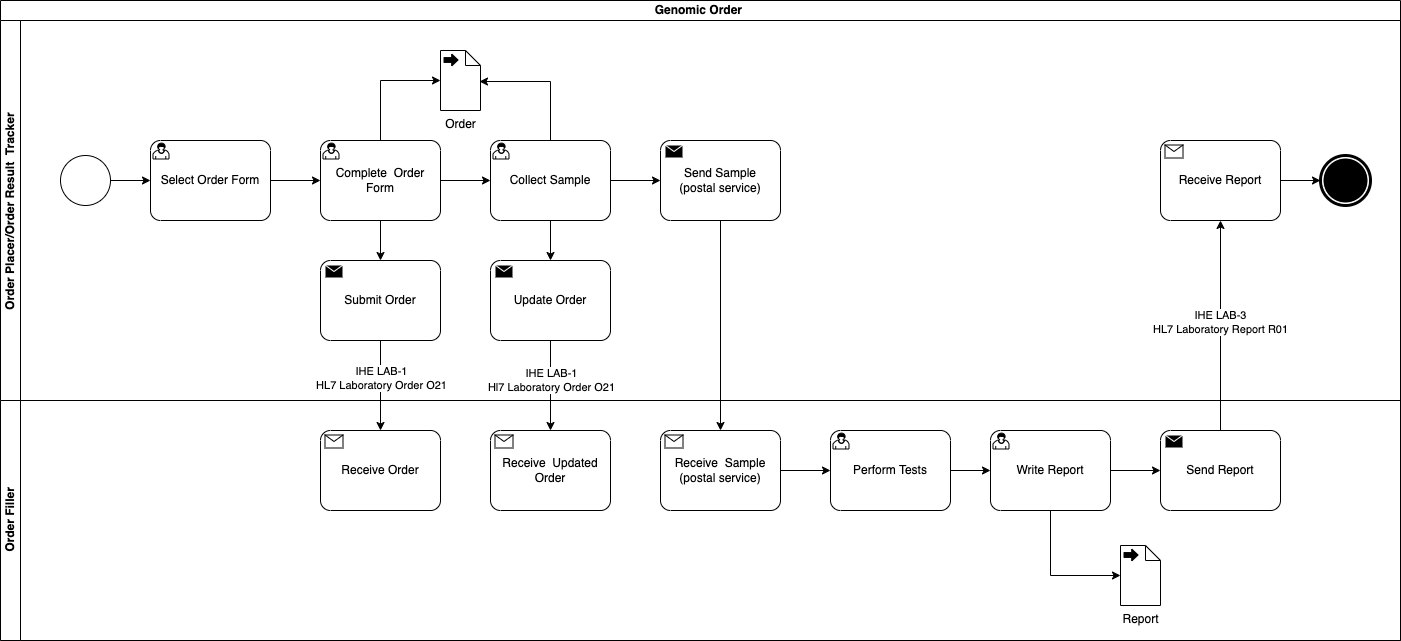
This is input/images/LTW Use Case 1 and 2.drawio.png from nw-gmsa/nw-gmsa.github.com, a draw.io export, as it was before one commit. Source tidied: cells renumbered, new cells last; positions are measured from the earlier drawing's top-left corner, leaving out a move shared by most shapes. Source of this version:
```xml
<mxGraphModel>
  <root>
    <mxCell id="0" />
    <mxCell id="1" parent="0" />
    <mxCell id="2" value="Genomic Order&amp;nbsp;" style="swimlane;html=1;horizontal=1;startSize=20;whiteSpace=wrap;" parent="1" vertex="1">
      <mxGeometry width="1400" height="640" as="geometry" />
    </mxCell>
    <mxCell id="3" value="Order Placer/Order Result&amp;nbsp; Tracker&amp;nbsp;" style="swimlane;html=1;startSize=20;horizontal=0;" parent="2" vertex="1">
      <mxGeometry y="20" width="1400" height="380" as="geometry" />
    </mxCell>
    <mxCell id="4" style="edgeStyle=orthogonalEdgeStyle;rounded=0;jettySize=auto;html=1;entryX=0;entryY=0.5;entryDx=0;entryDy=0;entryPerimeter=0;" parent="3" edge="1" source="5" target="7">
      <mxGeometry relative="1" as="geometry" />
    </mxCell>
    <mxCell id="5" style="points=[[0.145,0.145,0],[0.5,0,0],[0.855,0.145,0],[1,0.5,0],[0.855,0.855,0],[0.5,1,0],[0.145,0.855,0],[0,0.5,0]];shape=mxgraph.bpmn.event;html=1;verticalLabelPosition=bottom;labelBackgroundColor=#ffffff;verticalAlign=top;align=center;perimeter=ellipsePerimeter;outlineConnect=0;outline=standard;symbol=general;" parent="3" vertex="1">
      <mxGeometry x="60" y="135" width="50" height="50" as="geometry" />
    </mxCell>
    <mxCell id="6" style="edgeStyle=orthogonalEdgeStyle;rounded=0;jettySize=auto;html=1;" parent="3" edge="1" source="7" target="9">
      <mxGeometry relative="1" as="geometry" />
    </mxCell>
    <mxCell id="7" value="Select Order Form" style="points=[[0.25,0,0],[0.5,0,0],[0.75,0,0],[1,0.25,0],[1,0.5,0],[1,0.75,0],[0.75,1,0],[0.5,1,0],[0.25,1,0],[0,0.75,0],[0,0.5,0],[0,0.25,0]];shape=mxgraph.bpmn.task2;whiteSpace=wrap;rectStyle=rounded;size=10;html=1;taskMarker=user;" parent="3" vertex="1">
      <mxGeometry x="150" y="120" width="120" height="80" as="geometry" />
    </mxCell>
    <mxCell id="8" style="edgeStyle=orthogonalEdgeStyle;rounded=0;jettySize=auto;html=1;" parent="3" edge="1" source="9" target="14">
      <mxGeometry relative="1" as="geometry" />
    </mxCell>
    <mxCell id="9" value="Complete&amp;nbsp; Order Form" style="points=[[0.25,0,0],[0.5,0,0],[0.75,0,0],[1,0.25,0],[1,0.5,0],[1,0.75,0],[0.75,1,0],[0.5,1,0],[0.25,1,0],[0,0.75,0],[0,0.5,0],[0,0.25,0]];shape=mxgraph.bpmn.task2;whiteSpace=wrap;rectStyle=rounded;size=10;html=1;taskMarker=user;" parent="3" vertex="1">
      <mxGeometry x="320" y="120" width="120" height="80" as="geometry" />
    </mxCell>
    <mxCell id="10" value="Submit Order" style="points=[[0.25,0,0],[0.5,0,0],[0.75,0,0],[1,0.25,0],[1,0.5,0],[1,0.75,0],[0.75,1,0],[0.5,1,0],[0.25,1,0],[0,0.75,0],[0,0.5,0],[0,0.25,0]];shape=mxgraph.bpmn.task2;whiteSpace=wrap;rectStyle=rounded;size=10;html=1;taskMarker=send;" parent="3" vertex="1">
      <mxGeometry x="320" y="240" width="120" height="80" as="geometry" />
    </mxCell>
    <mxCell id="11" style="edgeStyle=orthogonalEdgeStyle;rounded=0;jettySize=auto;html=1;entryX=0.5;entryY=0;entryDx=0;entryDy=0;entryPerimeter=0;" parent="3" edge="1" source="9" target="10">
      <mxGeometry relative="1" as="geometry" />
    </mxCell>
    <mxCell id="12" value="Order" style="shape=mxgraph.bpmn.data2;labelPosition=center;verticalLabelPosition=bottom;align=center;verticalAlign=top;size=15;html=1;bpmnTransferType=output;" parent="3" vertex="1">
      <mxGeometry x="440" y="30" width="40" height="60" as="geometry" />
    </mxCell>
    <mxCell id="13" style="edgeStyle=orthogonalEdgeStyle;rounded=0;jettySize=auto;html=1;entryX=0;entryY=0.5;entryDx=0;entryDy=0;entryPerimeter=0;" parent="3" edge="1" source="9" target="12">
      <mxGeometry relative="1" as="geometry" />
    </mxCell>
    <mxCell id="14" value="Collect Sample" style="points=[[0.25,0,0],[0.5,0,0],[0.75,0,0],[1,0.25,0],[1,0.5,0],[1,0.75,0],[0.75,1,0],[0.5,1,0],[0.25,1,0],[0,0.75,0],[0,0.5,0],[0,0.25,0]];shape=mxgraph.bpmn.task2;whiteSpace=wrap;rectStyle=rounded;size=10;html=1;taskMarker=user;" parent="3" vertex="1">
      <mxGeometry x="490" y="120" width="120" height="80" as="geometry" />
    </mxCell>
    <mxCell id="15" style="edgeStyle=orthogonalEdgeStyle;rounded=0;jettySize=auto;html=1;entryX=0.975;entryY=0.517;entryDx=0;entryDy=0;entryPerimeter=0;" parent="3" edge="1" source="14" target="12">
      <mxGeometry relative="1" as="geometry">
        <Array as="points">
          <mxPoint x="550" y="61" />
        </Array>
      </mxGeometry>
    </mxCell>
    <mxCell id="16" value="Update Order" style="points=[[0.25,0,0],[0.5,0,0],[0.75,0,0],[1,0.25,0],[1,0.5,0],[1,0.75,0],[0.75,1,0],[0.5,1,0],[0.25,1,0],[0,0.75,0],[0,0.5,0],[0,0.25,0]];shape=mxgraph.bpmn.task2;whiteSpace=wrap;rectStyle=rounded;size=10;html=1;taskMarker=send;" parent="3" vertex="1">
      <mxGeometry x="490" y="240" width="120" height="80" as="geometry" />
    </mxCell>
    <mxCell id="17" style="edgeStyle=orthogonalEdgeStyle;rounded=0;jettySize=auto;html=1;entryX=0.5;entryY=0;entryDx=0;entryDy=0;entryPerimeter=0;" parent="3" edge="1" source="14" target="16">
      <mxGeometry relative="1" as="geometry" />
    </mxCell>
    <mxCell id="18" value="Send Sample&lt;br&gt;(postal service)" style="points=[[0.25,0,0],[0.5,0,0],[0.75,0,0],[1,0.25,0],[1,0.5,0],[1,0.75,0],[0.75,1,0],[0.5,1,0],[0.25,1,0],[0,0.75,0],[0,0.5,0],[0,0.25,0]];shape=mxgraph.bpmn.task2;whiteSpace=wrap;rectStyle=rounded;size=10;html=1;taskMarker=send;" parent="3" vertex="1">
      <mxGeometry x="660" y="120" width="120" height="80" as="geometry" />
    </mxCell>
    <mxCell id="19" style="edgeStyle=orthogonalEdgeStyle;rounded=0;jettySize=auto;html=1;entryX=0;entryY=0.5;entryDx=0;entryDy=0;entryPerimeter=0;" parent="3" edge="1" source="14" target="18">
      <mxGeometry relative="1" as="geometry" />
    </mxCell>
    <mxCell id="20" value="Receive Report" style="points=[[0.25,0,0],[0.5,0,0],[0.75,0,0],[1,0.25,0],[1,0.5,0],[1,0.75,0],[0.75,1,0],[0.5,1,0],[0.25,1,0],[0,0.75,0],[0,0.5,0],[0,0.25,0]];shape=mxgraph.bpmn.task2;whiteSpace=wrap;rectStyle=rounded;size=10;html=1;taskMarker=receive;" parent="3" vertex="1">
      <mxGeometry x="1160" y="120" width="120" height="80" as="geometry" />
    </mxCell>
    <mxCell id="21" style="points=[[0.145,0.145,0],[0.5,0,0],[0.855,0.145,0],[1,0.5,0],[0.855,0.855,0],[0.5,1,0],[0.145,0.855,0],[0,0.5,0]];shape=mxgraph.bpmn.event;html=1;verticalLabelPosition=bottom;labelBackgroundColor=#ffffff;verticalAlign=top;align=center;perimeter=ellipsePerimeter;outlineConnect=0;outline=end;symbol=terminate;" parent="3" vertex="1">
      <mxGeometry x="1320" y="135" width="50" height="50" as="geometry" />
    </mxCell>
    <mxCell id="22" style="edgeStyle=orthogonalEdgeStyle;rounded=0;jettySize=auto;html=1;" parent="3" edge="1" source="20" target="21">
      <mxGeometry relative="1" as="geometry" />
    </mxCell>
    <mxCell id="23" value="Order Filler" style="swimlane;html=1;startSize=20;horizontal=0;" parent="2" vertex="1">
      <mxGeometry y="400" width="1400" height="240" as="geometry" />
    </mxCell>
    <mxCell id="24" value="Receive Order" style="points=[[0.25,0,0],[0.5,0,0],[0.75,0,0],[1,0.25,0],[1,0.5,0],[1,0.75,0],[0.75,1,0],[0.5,1,0],[0.25,1,0],[0,0.75,0],[0,0.5,0],[0,0.25,0]];shape=mxgraph.bpmn.task2;whiteSpace=wrap;rectStyle=rounded;size=10;html=1;taskMarker=receive;" parent="23" vertex="1">
      <mxGeometry x="320" y="30" width="120" height="80" as="geometry" />
    </mxCell>
    <mxCell id="25" value="Receive&amp;nbsp; Updated Order" style="points=[[0.25,0,0],[0.5,0,0],[0.75,0,0],[1,0.25,0],[1,0.5,0],[1,0.75,0],[0.75,1,0],[0.5,1,0],[0.25,1,0],[0,0.75,0],[0,0.5,0],[0,0.25,0]];shape=mxgraph.bpmn.task2;whiteSpace=wrap;rectStyle=rounded;size=10;html=1;taskMarker=receive;" parent="23" vertex="1">
      <mxGeometry x="490" y="30" width="120" height="80" as="geometry" />
    </mxCell>
    <mxCell id="26" style="edgeStyle=orthogonalEdgeStyle;rounded=0;jettySize=auto;html=1;entryX=0;entryY=0.5;entryDx=0;entryDy=0;entryPerimeter=0;" parent="23" edge="1" source="34" target="27">
      <mxGeometry relative="1" as="geometry" />
    </mxCell>
    <mxCell id="27" value="Perform Tests" style="points=[[0.25,0,0],[0.5,0,0],[0.75,0,0],[1,0.25,0],[1,0.5,0],[1,0.75,0],[0.75,1,0],[0.5,1,0],[0.25,1,0],[0,0.75,0],[0,0.5,0],[0,0.25,0]];shape=mxgraph.bpmn.task2;whiteSpace=wrap;rectStyle=rounded;size=10;html=1;taskMarker=user;" parent="23" vertex="1">
      <mxGeometry x="830" y="30" width="120" height="80" as="geometry" />
    </mxCell>
    <mxCell id="28" value="Write Report" style="points=[[0.25,0,0],[0.5,0,0],[0.75,0,0],[1,0.25,0],[1,0.5,0],[1,0.75,0],[0.75,1,0],[0.5,1,0],[0.25,1,0],[0,0.75,0],[0,0.5,0],[0,0.25,0]];shape=mxgraph.bpmn.task2;whiteSpace=wrap;rectStyle=rounded;size=10;html=1;taskMarker=user;" parent="23" vertex="1">
      <mxGeometry x="990" y="30" width="120" height="80" as="geometry" />
    </mxCell>
    <mxCell id="29" style="edgeStyle=orthogonalEdgeStyle;rounded=0;jettySize=auto;html=1;entryX=0;entryY=0.5;entryDx=0;entryDy=0;entryPerimeter=0;" parent="23" edge="1" source="27" target="28">
      <mxGeometry relative="1" as="geometry" />
    </mxCell>
    <mxCell id="30" value="Send Report" style="points=[[0.25,0,0],[0.5,0,0],[0.75,0,0],[1,0.25,0],[1,0.5,0],[1,0.75,0],[0.75,1,0],[0.5,1,0],[0.25,1,0],[0,0.75,0],[0,0.5,0],[0,0.25,0]];shape=mxgraph.bpmn.task2;whiteSpace=wrap;rectStyle=rounded;size=10;html=1;taskMarker=send;" parent="23" vertex="1">
      <mxGeometry x="1160" y="30" width="120" height="80" as="geometry" />
    </mxCell>
    <mxCell id="31" style="edgeStyle=orthogonalEdgeStyle;rounded=0;jettySize=auto;html=1;entryX=0;entryY=0.5;entryDx=0;entryDy=0;entryPerimeter=0;" parent="23" edge="1" source="28" target="30">
      <mxGeometry relative="1" as="geometry" />
    </mxCell>
    <mxCell id="32" value="Report" style="shape=mxgraph.bpmn.data2;labelPosition=center;verticalLabelPosition=bottom;align=center;verticalAlign=top;size=15;html=1;bpmnTransferType=output;" parent="23" vertex="1">
      <mxGeometry x="1120" y="145" width="40" height="60" as="geometry" />
    </mxCell>
    <mxCell id="33" style="edgeStyle=orthogonalEdgeStyle;rounded=0;jettySize=auto;html=1;entryX=0;entryY=0.5;entryDx=0;entryDy=0;entryPerimeter=0;" parent="23" edge="1" source="28" target="32">
      <mxGeometry relative="1" as="geometry">
        <Array as="points">
          <mxPoint x="1050" y="175" />
        </Array>
      </mxGeometry>
    </mxCell>
    <mxCell id="34" value="Receive&amp;nbsp; Sample&lt;br&gt;(postal service)" style="points=[[0.25,0,0],[0.5,0,0],[0.75,0,0],[1,0.25,0],[1,0.5,0],[1,0.75,0],[0.75,1,0],[0.5,1,0],[0.25,1,0],[0,0.75,0],[0,0.5,0],[0,0.25,0]];shape=mxgraph.bpmn.task2;whiteSpace=wrap;rectStyle=rounded;size=10;html=1;taskMarker=receive;" parent="23" vertex="1">
      <mxGeometry x="660" y="30" width="120" height="80" as="geometry" />
    </mxCell>
    <mxCell id="35" style="edgeStyle=orthogonalEdgeStyle;rounded=0;jettySize=auto;html=1;" parent="2" edge="1" source="10" target="24">
      <mxGeometry relative="1" as="geometry" />
    </mxCell>
    <mxCell id="36" value="IHE LAB-1&lt;br&gt;HL7 Laboratory Order O21" style="edgeLabel;html=1;align=center;verticalAlign=middle;" parent="35" vertex="1">
      <mxGeometry x="-0.18" relative="1" as="geometry" />
    </mxCell>
    <mxCell id="37" style="edgeStyle=orthogonalEdgeStyle;rounded=0;jettySize=auto;html=1;entryX=0.5;entryY=0;entryDx=0;entryDy=0;entryPerimeter=0;" parent="2" edge="1" source="16" target="25">
      <mxGeometry relative="1" as="geometry" />
    </mxCell>
    <mxCell id="38" value="IHE LAB-1&lt;br&gt;Hl7 Laboratory Order O21" style="edgeLabel;html=1;align=center;verticalAlign=middle;" parent="37" vertex="1">
      <mxGeometry x="-0.13" relative="1" as="geometry" />
    </mxCell>
    <mxCell id="39" style="edgeStyle=orthogonalEdgeStyle;rounded=0;jettySize=auto;html=1;" parent="2" edge="1" source="30" target="20">
      <mxGeometry relative="1" as="geometry" />
    </mxCell>
    <mxCell id="40" value="IHE LAB-3&lt;br&gt;HL7 Laboratory Report R01" style="edgeLabel;html=1;align=center;verticalAlign=middle;" parent="39" vertex="1">
      <mxGeometry x="0.04" y="1" relative="1" as="geometry" />
    </mxCell>
    <mxCell id="41" style="edgeStyle=orthogonalEdgeStyle;rounded=0;jettySize=auto;html=1;" parent="2" edge="1" source="18" target="34">
      <mxGeometry relative="1" as="geometry" />
    </mxCell>
  </root>
</mxGraphModel>
```
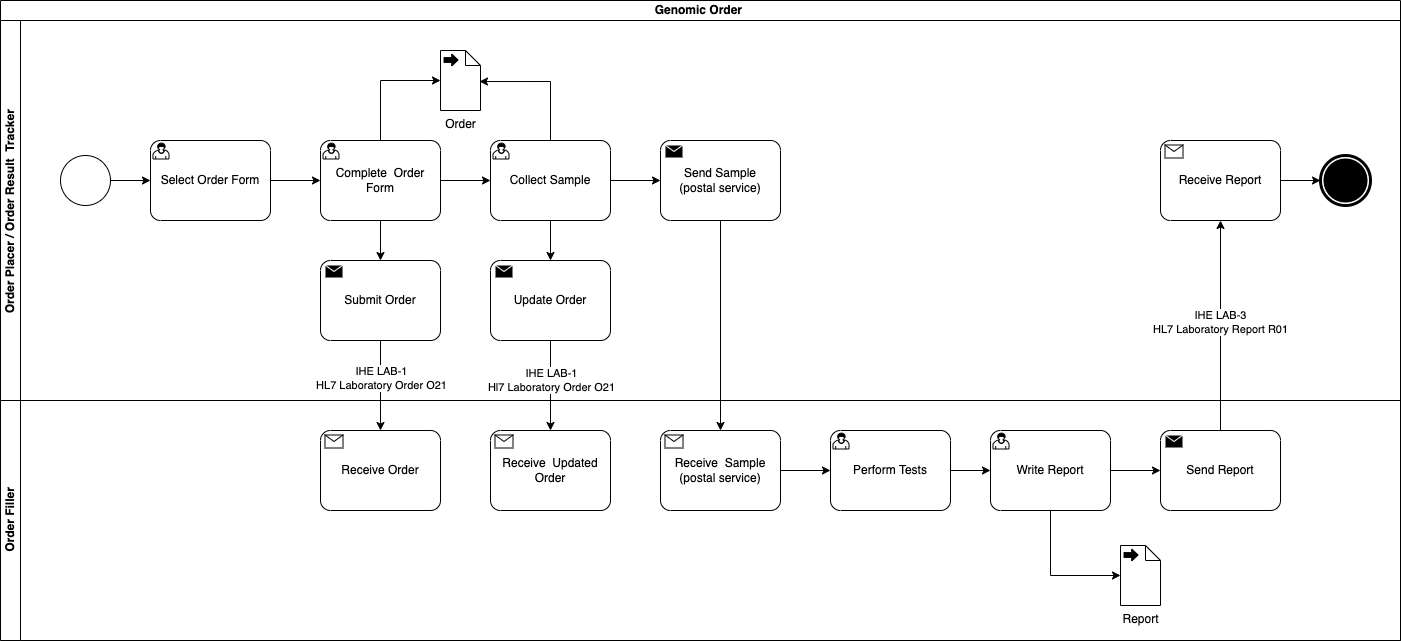
After the commit.

The edit, as a diff of the source:
```diff
@@ -5,7 +5,7 @@
     <mxCell id="2" value="Genomic Order&amp;nbsp;" style="swimlane;html=1;horizontal=1;startSize=20;whiteSpace=wrap;" parent="1" vertex="1">
       <mxGeometry width="1400" height="640" as="geometry" />
     </mxCell>
-    <mxCell id="3" value="Order Placer/Order Result&amp;nbsp; Tracker&amp;nbsp;" style="swimlane;html=1;startSize=20;horizontal=0;" parent="2" vertex="1">
+    <mxCell id="3" value="Order Placer / Order Result&amp;nbsp; Tracker&amp;nbsp;" style="swimlane;html=1;startSize=20;horizontal=0;" parent="2" vertex="1">
       <mxGeometry y="20" width="1400" height="380" as="geometry" />
     </mxCell>
     <mxCell id="4" style="edgeStyle=orthogonalEdgeStyle;rounded=0;jettySize=auto;html=1;entryX=0;entryY=0.5;entryDx=0;entryDy=0;entryPerimeter=0;" parent="3" edge="1" source="5" target="7">
```
